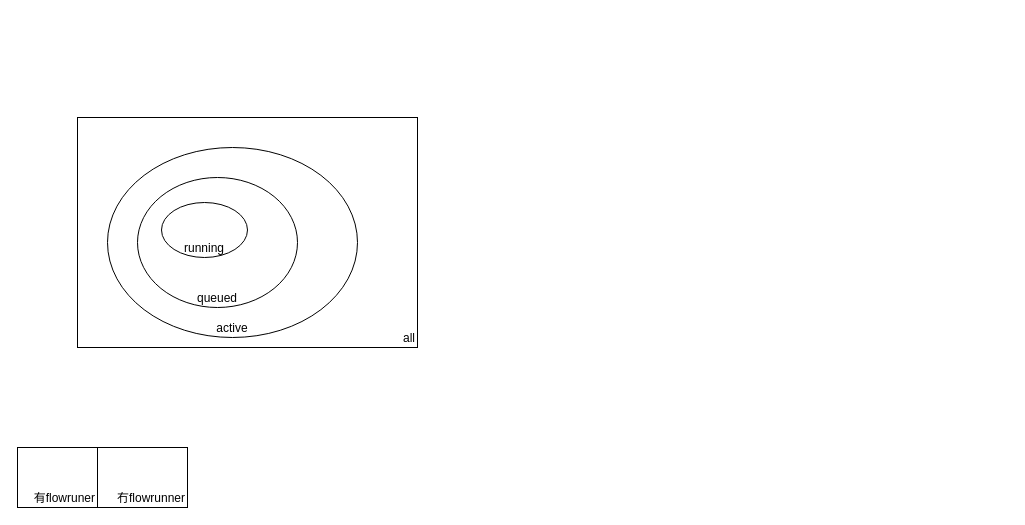
This is tmp.drawio from blackberrier/drawiorepo, a draw.io file, before an edit. Source tidied: cells renumbered, new cells numbered last; positions are measured from the earlier drawing's top-left corner, leaving out a move shared by most shapes. Both pictures are drawn from the tidied source at 100%, with x=0, y=0 at pixel (17, 117).
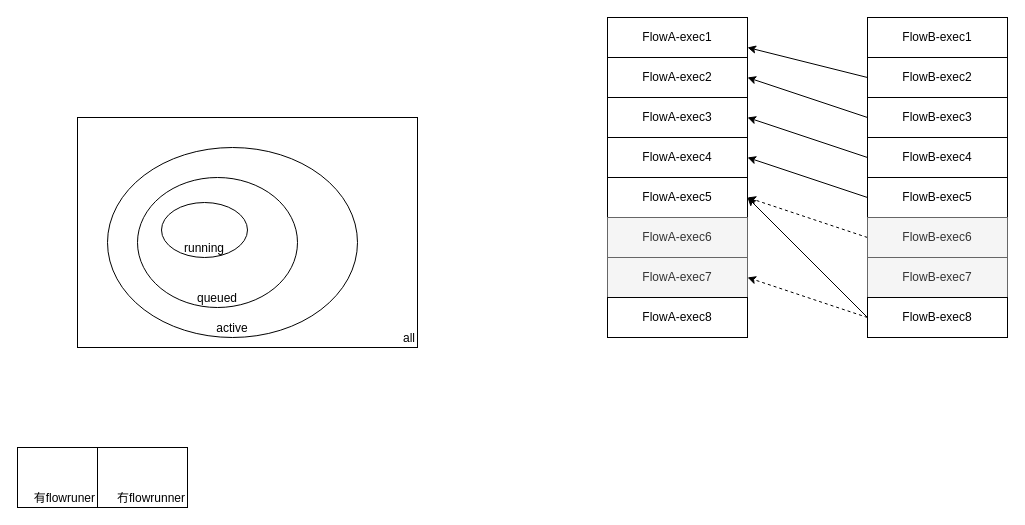
Above is the later version.

The edit, as a diff of the source:
```diff
@@
+    <mxCell id="8" value="FlowA-exec1" style="rounded=0;whiteSpace=wrap;html=1;" parent="1" vertex="1">
+      <mxGeometry x="590" y="-100" width="140" height="40" as="geometry" />
+    </mxCell>
+    <mxCell id="9" value="&lt;span&gt;FlowA-exec2&lt;/span&gt;" style="rounded=0;whiteSpace=wrap;html=1;" parent="1" vertex="1">
+      <mxGeometry x="590" y="-60" width="140" height="40" as="geometry" />
+    </mxCell>
+    <mxCell id="10" value="&lt;span&gt;FlowA-exec3&lt;/span&gt;" style="rounded=0;whiteSpace=wrap;html=1;" parent="1" vertex="1">
+      <mxGeometry x="590" y="-20" width="140" height="40" as="geometry" />
+    </mxCell>
+    <mxCell id="11" value="&lt;span&gt;FlowA-exec4&lt;/span&gt;" style="rounded=0;whiteSpace=wrap;html=1;" parent="1" vertex="1">
+      <mxGeometry x="590" y="20" width="140" height="40" as="geometry" />
+    </mxCell>
+    <mxCell id="12" value="&lt;span&gt;FlowA-exec5&lt;/span&gt;" style="rounded=0;whiteSpace=wrap;html=1;" parent="1" vertex="1">
+      <mxGeometry x="590" y="60" width="140" height="40" as="geometry" />
+    </mxCell>
+    <mxCell id="13" value="&lt;span&gt;FlowA-exec6&lt;/span&gt;" style="rounded=0;whiteSpace=wrap;html=1;fillColor=#f5f5f5;strokeColor=#666666;fontColor=#333333;" parent="1" vertex="1">
+      <mxGeometry x="590" y="100" width="140" height="40" as="geometry" />
+    </mxCell>
+    <mxCell id="14" value="&lt;span&gt;FlowA-exec7&lt;/span&gt;" style="rounded=0;whiteSpace=wrap;html=1;fillColor=#f5f5f5;strokeColor=#666666;fontColor=#333333;" parent="1" vertex="1">
+      <mxGeometry x="590" y="140" width="140" height="40" as="geometry" />
+    </mxCell>
+    <mxCell id="15" value="&lt;span&gt;FlowA-exec8&lt;/span&gt;" style="rounded=0;whiteSpace=wrap;html=1;" parent="1" vertex="1">
+      <mxGeometry x="590" y="180" width="140" height="40" as="geometry" />
+    </mxCell>
+    <mxCell id="16" value="FlowB-exec1" style="rounded=0;whiteSpace=wrap;html=1;" parent="1" vertex="1">
+      <mxGeometry x="850" y="-100" width="140" height="40" as="geometry" />
+    </mxCell>
+    <mxCell id="17" style="rounded=0;jettySize=auto;html=1;exitX=0;exitY=0.5;exitDx=0;exitDy=0;entryX=1;entryY=0.75;entryDx=0;entryDy=0;" parent="1" edge="1" source="18" target="8">
+      <mxGeometry relative="1" as="geometry" />
+    </mxCell>
+    <mxCell id="18" value="&lt;span&gt;FlowB-exec2&lt;/span&gt;" style="rounded=0;whiteSpace=wrap;html=1;" parent="1" vertex="1">
+      <mxGeometry x="850" y="-60" width="140" height="40" as="geometry" />
+    </mxCell>
+    <mxCell id="19" style="edgeStyle=none;rounded=0;jettySize=auto;html=1;exitX=0;exitY=0.5;exitDx=0;exitDy=0;entryX=1;entryY=0.5;entryDx=0;entryDy=0;" parent="1" edge="1" source="20" target="9">
+      <mxGeometry relative="1" as="geometry" />
+    </mxCell>
+    <mxCell id="20" value="&lt;span&gt;FlowB-exec3&lt;/span&gt;" style="rounded=0;whiteSpace=wrap;html=1;" parent="1" vertex="1">
+      <mxGeometry x="850" y="-20" width="140" height="40" as="geometry" />
+    </mxCell>
+    <mxCell id="21" style="edgeStyle=none;rounded=0;jettySize=auto;html=1;exitX=0;exitY=0.5;exitDx=0;exitDy=0;entryX=1;entryY=0.5;entryDx=0;entryDy=0;" parent="1" edge="1" source="22" target="10">
+      <mxGeometry relative="1" as="geometry" />
+    </mxCell>
+    <mxCell id="22" value="&lt;span&gt;FlowB-exec4&lt;/span&gt;" style="rounded=0;whiteSpace=wrap;html=1;" parent="1" vertex="1">
+      <mxGeometry x="850" y="20" width="140" height="40" as="geometry" />
+    </mxCell>
+    <mxCell id="23" style="edgeStyle=none;rounded=0;jettySize=auto;html=1;exitX=0;exitY=0.5;exitDx=0;exitDy=0;entryX=1;entryY=0.5;entryDx=0;entryDy=0;" parent="1" edge="1" source="24" target="11">
+      <mxGeometry relative="1" as="geometry" />
+    </mxCell>
+    <mxCell id="24" value="&lt;span&gt;FlowB-exec5&lt;/span&gt;" style="rounded=0;whiteSpace=wrap;html=1;" parent="1" vertex="1">
+      <mxGeometry x="850" y="60" width="140" height="40" as="geometry" />
+    </mxCell>
+    <mxCell id="25" style="edgeStyle=none;rounded=0;jettySize=auto;html=1;exitX=0;exitY=0.5;exitDx=0;exitDy=0;entryX=1;entryY=0.5;entryDx=0;entryDy=0;dashed=1;" parent="1" edge="1" source="26" target="12">
+      <mxGeometry relative="1" as="geometry" />
+    </mxCell>
+    <mxCell id="26" value="&lt;span&gt;FlowB-exec6&lt;/span&gt;" style="rounded=0;whiteSpace=wrap;html=1;fillColor=#f5f5f5;strokeColor=#666666;fontColor=#333333;shadow=0;" parent="1" vertex="1">
+      <mxGeometry x="850" y="100" width="140" height="40" as="geometry" />
+    </mxCell>
+    <mxCell id="27" value="&lt;span&gt;FlowB-exec7&lt;/span&gt;" style="rounded=0;whiteSpace=wrap;html=1;fillColor=#f5f5f5;strokeColor=#666666;fontColor=#333333;" parent="1" vertex="1">
+      <mxGeometry x="850" y="140" width="140" height="40" as="geometry" />
+    </mxCell>
+    <mxCell id="28" style="edgeStyle=none;rounded=0;jettySize=auto;html=1;exitX=0;exitY=0.5;exitDx=0;exitDy=0;entryX=1;entryY=0.5;entryDx=0;entryDy=0;dashed=1;" parent="1" edge="1" source="30" target="14">
+      <mxGeometry relative="1" as="geometry" />
+    </mxCell>
+    <mxCell id="29" style="edgeStyle=none;rounded=0;jettySize=auto;html=1;exitX=0;exitY=0.5;exitDx=0;exitDy=0;entryX=1;entryY=0.5;entryDx=0;entryDy=0;" parent="1" edge="1" source="30" target="12">
+      <mxGeometry relative="1" as="geometry" />
+    </mxCell>
+    <mxCell id="30" value="&lt;span&gt;FlowB-exec8&lt;/span&gt;" style="rounded=0;whiteSpace=wrap;html=1;" parent="1" vertex="1">
+      <mxGeometry x="850" y="180" width="140" height="40" as="geometry" />
+    </mxCell>
```
